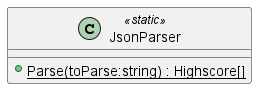
This is uml-output/JsonParser.png from Eliaz-LR/3D-Minesweeper, a PlantUML export, as it was before one commit. The source it was exported from:
```plantuml
@startuml
class JsonParser <<static>> {
    + {static} Parse(toParse:string) : Highscore[]
}
@enduml
```
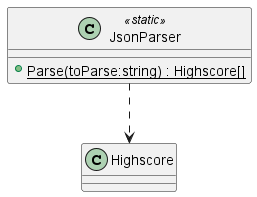
The same diagram one commit later.

The edit, as a diff of the source:
```diff
@@ -2,4 +2,5 @@
 class JsonParser <<static>> {
     + {static} Parse(toParse:string) : Highscore[]
 }
+JsonParser ..> Highscore
 @enduml
```
